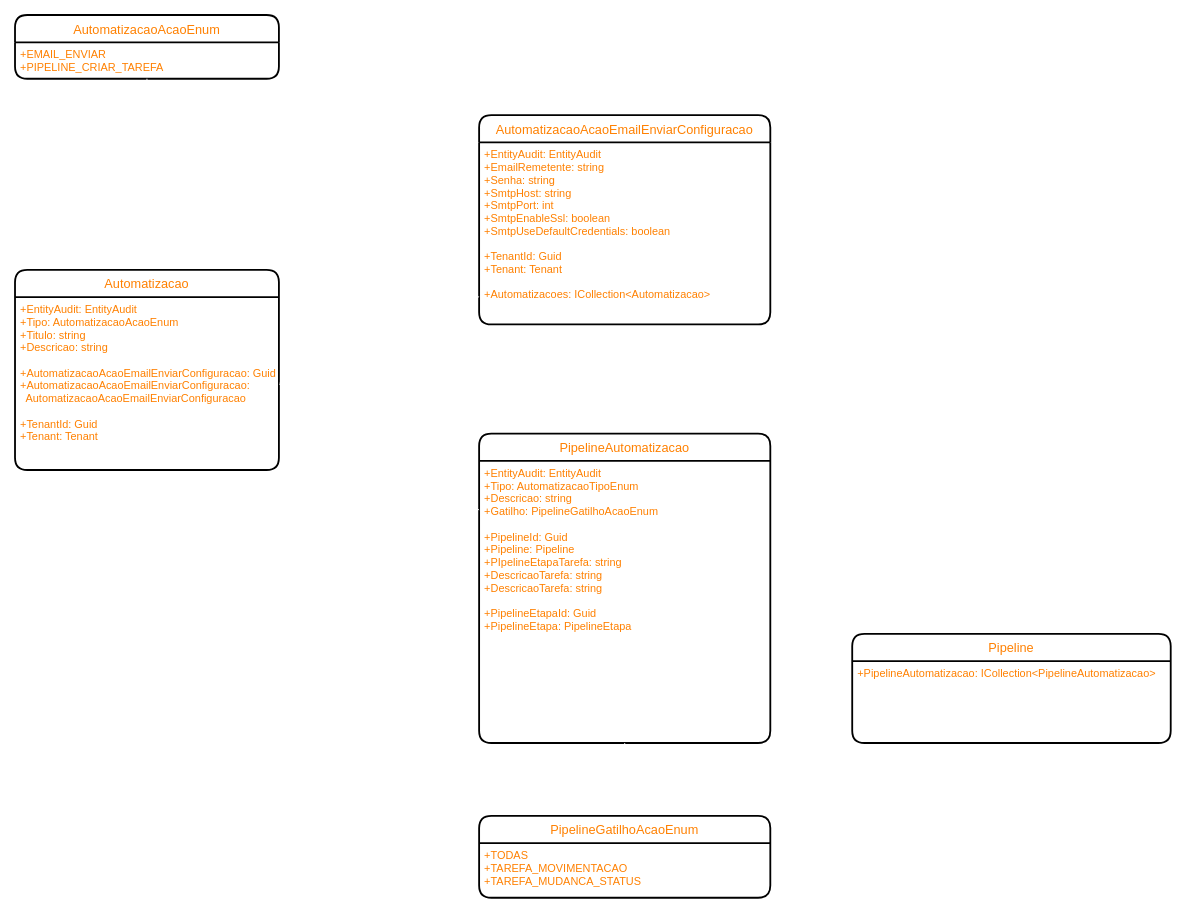
Above: page "Modelagem Automatizações" (3 of 4) of docs/draws/BoxApp.drawio in sigespweb22/boxapp-api (draw.io), before the change. Source tidied: cells renumbered, new cells numbered last; positions are measured from the earlier drawing's top-left corner, leaving out a move shared by most shapes. Both pictures are drawn from the tidied source at 91%, with x=0, y=0 at pixel (15, 15).
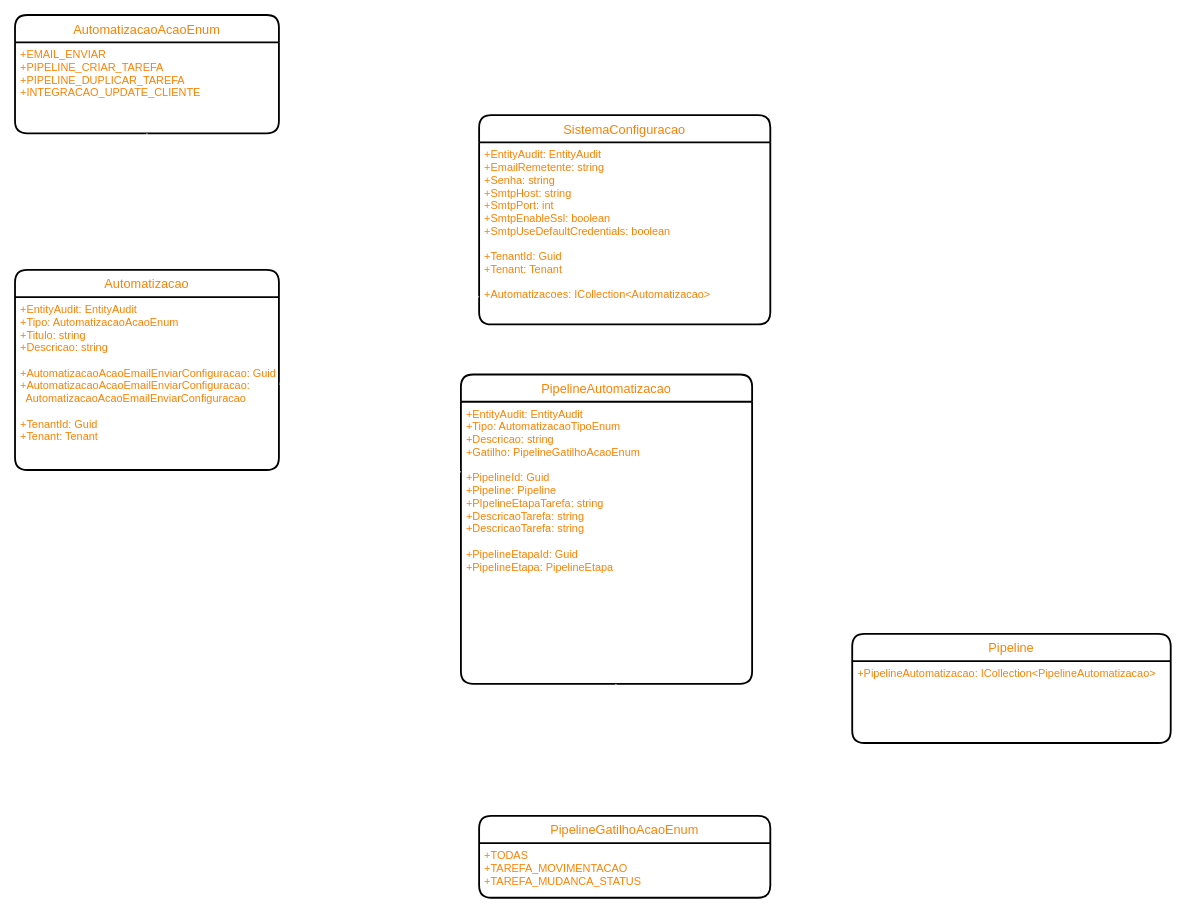
After the change.

Diff of the diagram source:
```diff
@@
 <mxGraphModel>
   <root>
     <mxCell id="0" />
     <mxCell id="1" parent="0" />
     <mxCell id="2" value="Automatizacao" style="swimlane;horizontal=1;startSize=30;rounded=1;fontSize=14;fontStyle=0;strokeWidth=2;shadow=0;dashed=0;align=center;labelBackgroundColor=none;fontColor=#FF8000;fillColor=none;" parent="1" vertex="1">
       <mxGeometry y="280" width="290" height="220" as="geometry" />
     </mxCell>
     <mxCell id="3" value="+EntityAudit: EntityAudit&#10;+Tipo: AutomatizacaoAcaoEnum&#10;+Titulo: string&#10;+Descricao: string&#10;&#10;+AutomatizacaoAcaoEmailEnviarConfiguracao: Guid&#10;+AutomatizacaoAcaoEmailEnviarConfiguracao: &#10;  AutomatizacaoAcaoEmailEnviarConfiguracao&#10;&#10;+TenantId: Guid&#10;+Tenant: Tenant&#10;&#10;" style="align=left;strokeColor=none;fillColor=none;spacingLeft=4;fontSize=12;verticalAlign=top;labelBackgroundColor=none;fontColor=#FF8000;" parent="2" vertex="1">
       <mxGeometry y="30" width="290" height="190" as="geometry" />
     </mxCell>
     <mxCell id="4" value="AutomatizacaoAcaoEnum" style="swimlane;horizontal=1;startSize=30;rounded=1;fontSize=14;fontStyle=0;strokeWidth=2;shadow=0;dashed=0;align=center;labelBackgroundColor=none;fontColor=#FF8000;fillColor=none;" parent="1" vertex="1">
-      <mxGeometry width="290" height="70" as="geometry" />
+      <mxGeometry width="290" height="130" as="geometry" />
     </mxCell>
-    <mxCell id="5" value="+EMAIL_ENVIAR&#10;+PIPELINE_CRIAR_TAREFA" style="align=left;strokeColor=none;fillColor=none;spacingLeft=4;fontSize=12;verticalAlign=top;labelBackgroundColor=none;fontColor=#FF8000;" parent="4" vertex="1">
-      <mxGeometry y="30" width="290" height="40" as="geometry" />
+    <mxCell id="5" value="+EMAIL_ENVIAR&#10;+PIPELINE_CRIAR_TAREFA&#10;+PIPELINE_DUPLICAR_TAREFA&#10;+INTEGRACAO_UPDATE_CLIENTE" style="align=left;strokeColor=none;fillColor=none;spacingLeft=4;fontSize=12;verticalAlign=top;labelBackgroundColor=none;fontColor=#FF8000;" parent="4" vertex="1">
+      <mxGeometry y="30" width="290" height="100" as="geometry" />
     </mxCell>
     <mxCell id="6" value="PipelineAutomatizacao" style="swimlane;horizontal=1;startSize=30;rounded=1;fontSize=14;fontStyle=0;strokeWidth=2;shadow=0;dashed=0;align=center;labelBackgroundColor=none;fontColor=#FF8000;fillColor=none;" parent="1" vertex="1">
-      <mxGeometry x="510" y="460" width="320" height="340" as="geometry" />
+      <mxGeometry x="490" y="395" width="320" height="340" as="geometry" />
     </mxCell>
     <mxCell id="7" value="+EntityAudit: EntityAudit&#10;+Tipo: AutomatizacaoTipoEnum&#10;+Descricao: string&#10;+Gatilho: PipelineGatilhoAcaoEnum&#10;&#10;+PipelineId: Guid&#10;+Pipeline: Pipeline&#10;+PIpelineEtapaTarefa: string&#10;+DescricaoTarefa: string&#10;+DescricaoTarefa: string&#10;&#10;+PipelineEtapaId: Guid&#10;+PipelineEtapa: PipelineEtapa&#10;" style="align=left;strokeColor=none;fillColor=none;spacingLeft=4;fontSize=12;verticalAlign=top;labelBackgroundColor=none;fontColor=#FF8000;" parent="6" vertex="1">
       <mxGeometry y="30" width="320" height="310" as="geometry" />
     </mxCell>
-    <mxCell id="8" value="AutomatizacaoAcaoEmailEnviarConfiguracao" style="swimlane;horizontal=1;startSize=30;rounded=1;fontSize=14;fontStyle=0;strokeWidth=2;shadow=0;dashed=0;align=center;labelBackgroundColor=none;fontColor=#FF8000;fillColor=none;" parent="1" vertex="1">
+    <mxCell id="8" value="SistemaConfiguracao" style="swimlane;horizontal=1;startSize=30;rounded=1;fontSize=14;fontStyle=0;strokeWidth=2;shadow=0;dashed=0;align=center;labelBackgroundColor=none;fontColor=#FF8000;fillColor=none;" parent="1" vertex="1">
       <mxGeometry x="510" y="110" width="320" height="230" as="geometry" />
     </mxCell>
     <mxCell id="9" value="+EntityAudit: EntityAudit&#10;+EmailRemetente: string&#10;+Senha: string&#10;+SmtpHost: string&#10;+SmtpPort: int&#10;+SmtpEnableSsl: boolean&#10;+SmtpUseDefaultCredentials: boolean&#10;&#10;+TenantId: Guid&#10;+Tenant: Tenant&#10;&#10;+Automatizacoes: ICollection&lt;Automatizacao&gt;" style="align=left;strokeColor=none;fillColor=none;spacingLeft=4;fontSize=12;verticalAlign=top;labelBackgroundColor=none;fontColor=#FF8000;" parent="8" vertex="1">
       <mxGeometry y="30" width="320" height="200" as="geometry" />
     </mxCell>
     <mxCell id="10" style="edgeStyle=none;html=1;entryX=0.5;entryY=0;entryDx=0;entryDy=0;fontSize=8;fontColor=#FF8000;strokeColor=#FFFFFF;" parent="1" edge="1" source="5" target="2">
       <mxGeometry relative="1" as="geometry" />
     </mxCell>
     <mxCell id="11" style="edgeStyle=none;html=1;entryX=1;entryY=0.5;entryDx=0;entryDy=0;fontSize=8;fontColor=#FF8000;strokeColor=#FFFFFF;" parent="1" edge="1" source="9" target="3">
       <mxGeometry relative="1" as="geometry" />
     </mxCell>
     <mxCell id="12" value="PipelineGatilhoAcaoEnum" style="swimlane;horizontal=1;startSize=30;rounded=1;fontSize=14;fontStyle=0;strokeWidth=2;shadow=0;dashed=0;align=center;labelBackgroundColor=none;fontColor=#FF8000;fillColor=none;" parent="1" vertex="1">
       <mxGeometry x="510" y="880" width="320" height="90" as="geometry" />
     </mxCell>
     <mxCell id="13" value="+TODAS&#10;+TAREFA_MOVIMENTACAO&#10;+TAREFA_MUDANCA_STATUS" style="align=left;strokeColor=none;fillColor=none;spacingLeft=4;fontSize=12;verticalAlign=top;labelBackgroundColor=none;fontColor=#FF8000;" parent="12" vertex="1">
       <mxGeometry y="30" width="320" height="60" as="geometry" />
     </mxCell>
     <mxCell id="14" value="Pipeline" style="swimlane;horizontal=1;startSize=30;rounded=1;fontSize=14;fontStyle=0;strokeWidth=2;shadow=0;dashed=0;align=center;labelBackgroundColor=none;fontColor=#FF8000;fillColor=none;" parent="1" vertex="1">
       <mxGeometry x="920" y="680" width="350" height="120" as="geometry" />
     </mxCell>
     <mxCell id="15" value="+PipelineAutomatizacao: ICollection&lt;PipelineAutomatizacao&gt;" style="align=left;strokeColor=none;fillColor=none;spacingLeft=4;fontSize=12;verticalAlign=top;labelBackgroundColor=none;fontColor=#FF8000;" parent="14" vertex="1">
       <mxGeometry y="30" width="350" height="90" as="geometry" />
     </mxCell>
     <mxCell id="16" style="edgeStyle=none;html=1;entryX=0.5;entryY=0;entryDx=0;entryDy=0;fontSize=8;fontColor=#FF8000;strokeColor=#FFFFFF;" parent="1" edge="1" source="7" target="12">
       <mxGeometry relative="1" as="geometry" />
     </mxCell>
     <mxCell id="17" style="edgeStyle=none;html=1;entryX=1;entryY=0.5;entryDx=0;entryDy=0;fontSize=8;fontColor=#FF8000;strokeColor=#FFFFFF;" parent="1" edge="1" source="7" target="3">
       <mxGeometry relative="1" as="geometry" />
     </mxCell>
   </root>
 </mxGraphModel>
```
